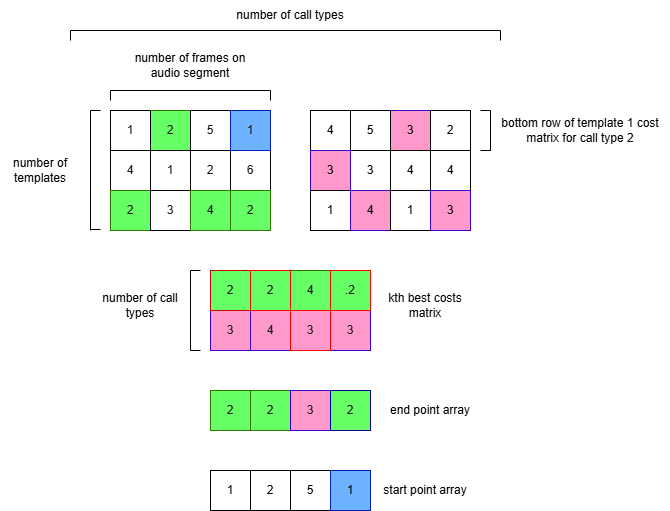
The draw.io diagram Report/figures/syst_design/kth_cost.png in koekiekat/Skripsie, before a commit. Source tidied: cells renumbered, new cells last; positions are measured from the earlier drawing's top-left corner, leaving out a move shared by most shapes.
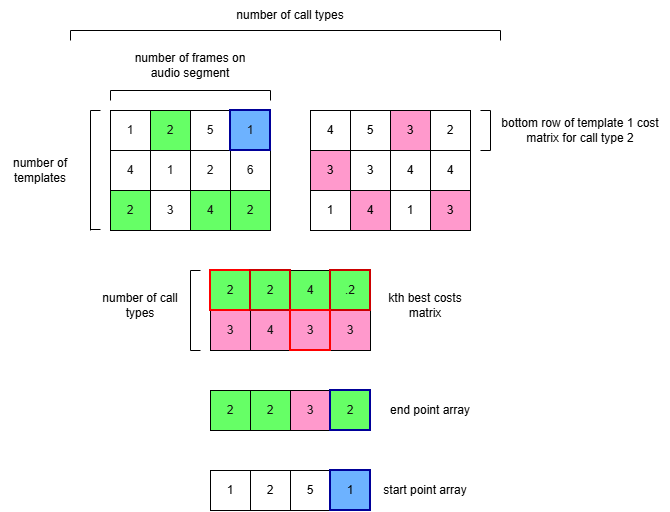
After the change.

Change to the diagram source:
```diff
@@ -2,70 +2,70 @@
   <root>
     <mxCell id="0" />
     <mxCell id="1" parent="0" />
-    <mxCell id="2" value="2" style="rounded=0;whiteSpace=wrap;html=1;fillColor=light-dark(#66FF66,#66FF66);fontColor=light-dark(#121212,#121212);strokeColor=#2D7600;gradientColor=none;" parent="1" vertex="1">
+    <mxCell id="2" value="2" style="rounded=0;whiteSpace=wrap;html=1;fillColor=light-dark(#66FF66,#66FF66);fontColor=light-dark(#121212,#121212);strokeColor=light-dark(#000000,#D5E8D4);gradientColor=none;" parent="1" vertex="1">
       <mxGeometry x="150" y="110" width="40" height="40" as="geometry" />
     </mxCell>
-    <mxCell id="3" value="5" style="rounded=0;whiteSpace=wrap;html=1;fontColor=light-dark(#121212,#D5E8D4);" parent="1" vertex="1">
+    <mxCell id="3" value="5" style="rounded=0;whiteSpace=wrap;html=1;fontColor=light-dark(#121212,#D5E8D4);strokeColor=light-dark(#000000,#D5E8D4);" parent="1" vertex="1">
       <mxGeometry x="190" y="110" width="40" height="40" as="geometry" />
     </mxCell>
-    <mxCell id="4" value="4" style="rounded=0;whiteSpace=wrap;html=1;fontColor=light-dark(#121212,#D5E8D4);" parent="1" vertex="1">
+    <mxCell id="4" value="4" style="rounded=0;whiteSpace=wrap;html=1;fontColor=light-dark(#121212,#D5E8D4);strokeColor=light-dark(#000000,#D5E8D4);" parent="1" vertex="1">
       <mxGeometry x="110" y="150" width="40" height="40" as="geometry" />
     </mxCell>
-    <mxCell id="5" value="1" style="rounded=0;whiteSpace=wrap;html=1;fontColor=light-dark(#121212,#D5E8D4);" parent="1" vertex="1">
+    <mxCell id="5" value="1" style="rounded=0;whiteSpace=wrap;html=1;fontColor=light-dark(#121212,#D5E8D4);strokeColor=light-dark(#000000,#D5E8D4);" parent="1" vertex="1">
       <mxGeometry x="150" y="150" width="40" height="40" as="geometry" />
     </mxCell>
-    <mxCell id="6" value="2" style="rounded=0;whiteSpace=wrap;html=1;direction=south;fontColor=light-dark(#121212,#D5E8D4);" parent="1" vertex="1">
+    <mxCell id="6" value="2" style="rounded=0;whiteSpace=wrap;html=1;direction=south;fontColor=light-dark(#121212,#D5E8D4);strokeColor=light-dark(#000000,#D5E8D4);" parent="1" vertex="1">
       <mxGeometry x="190" y="150" width="40" height="40" as="geometry" />
     </mxCell>
-    <mxCell id="7" value="6" style="rounded=0;whiteSpace=wrap;html=1;fontColor=light-dark(#121212,#D5E8D4);" parent="1" vertex="1">
+    <mxCell id="7" value="6" style="rounded=0;whiteSpace=wrap;html=1;fontColor=light-dark(#121212,#D5E8D4);strokeColor=light-dark(#000000,#D5E8D4);" parent="1" vertex="1">
       <mxGeometry x="230" y="150" width="40" height="40" as="geometry" />
     </mxCell>
-    <mxCell id="8" value="4" style="rounded=0;whiteSpace=wrap;html=1;fontColor=light-dark(#000000,#D5E8D4);" parent="1" vertex="1">
+    <mxCell id="8" value="4" style="rounded=0;whiteSpace=wrap;html=1;fontColor=light-dark(#000000,#D5E8D4);strokeColor=light-dark(#000000,#FFFFFF);" parent="1" vertex="1">
       <mxGeometry x="430" y="150" width="40" height="40" as="geometry" />
     </mxCell>
-    <mxCell id="9" value="3" style="rounded=0;whiteSpace=wrap;html=1;fillColor=light-dark(#FF99CC,#FF99CC);fontColor=light-dark(#000000,#000000);strokeColor=#3700CC;" parent="1" vertex="1">
+    <mxCell id="9" value="3" style="rounded=0;whiteSpace=wrap;html=1;fillColor=light-dark(#FF99CC,#FF99CC);fontColor=light-dark(#000000,#000000);strokeColor=light-dark(#000000,#FFFFFF);" parent="1" vertex="1">
       <mxGeometry x="390" y="110" width="40" height="40" as="geometry" />
     </mxCell>
-    <mxCell id="10" value="3" style="rounded=0;whiteSpace=wrap;html=1;fontColor=light-dark(#000000,#D5E8D4);" parent="1" vertex="1">
+    <mxCell id="10" value="3" style="rounded=0;whiteSpace=wrap;html=1;fontColor=light-dark(#000000,#D5E8D4);strokeColor=light-dark(#000000,#FFFFFF);" parent="1" vertex="1">
       <mxGeometry x="350" y="150" width="40" height="40" as="geometry" />
     </mxCell>
-    <mxCell id="11" value="4" style="rounded=0;whiteSpace=wrap;html=1;fontColor=light-dark(#000000,#D5E8D4);" parent="1" vertex="1">
+    <mxCell id="11" value="4" style="rounded=0;whiteSpace=wrap;html=1;fontColor=light-dark(#000000,#D5E8D4);strokeColor=light-dark(#000000,#FFFFFF);" parent="1" vertex="1">
       <mxGeometry x="310" y="110" width="40" height="40" as="geometry" />
     </mxCell>
-    <mxCell id="12" value="2" style="rounded=0;whiteSpace=wrap;html=1;fontColor=light-dark(#000000,#D5E8D4);" parent="1" vertex="1">
+    <mxCell id="12" value="2" style="rounded=0;whiteSpace=wrap;html=1;fontColor=light-dark(#000000,#D5E8D4);strokeColor=light-dark(#000000,#FFFFFF);" parent="1" vertex="1">
       <mxGeometry x="430" y="110" width="40" height="40" as="geometry" />
     </mxCell>
-    <mxCell id="13" value="4" style="rounded=0;whiteSpace=wrap;html=1;fontColor=light-dark(#000000,#D5E8D4);" parent="1" vertex="1">
+    <mxCell id="13" value="4" style="rounded=0;whiteSpace=wrap;html=1;fontColor=light-dark(#000000,#D5E8D4);strokeColor=light-dark(#000000,#FFFFFF);" parent="1" vertex="1">
       <mxGeometry x="390" y="150" width="40" height="40" as="geometry" />
     </mxCell>
-    <mxCell id="14" value="5" style="rounded=0;whiteSpace=wrap;html=1;fontColor=light-dark(#000000,#D5E8D4);" parent="1" vertex="1">
+    <mxCell id="14" value="5" style="rounded=0;whiteSpace=wrap;html=1;fontColor=light-dark(#000000,#D5E8D4);strokeColor=light-dark(#000000,#FFFFFF);" parent="1" vertex="1">
       <mxGeometry x="350" y="110" width="40" height="40" as="geometry" />
     </mxCell>
-    <mxCell id="15" value="3" style="rounded=0;whiteSpace=wrap;html=1;fillColor=light-dark(#FF99CC,#FF99CC);fontColor=light-dark(#000000,#000000);strokeColor=#3700CC;" parent="1" vertex="1">
+    <mxCell id="15" value="3" style="rounded=0;whiteSpace=wrap;html=1;fillColor=light-dark(#FF99CC,#FF99CC);fontColor=light-dark(#000000,#000000);strokeColor=light-dark(#000000,#FFFFFF);" parent="1" vertex="1">
       <mxGeometry x="310" y="150" width="40" height="40" as="geometry" />
     </mxCell>
-    <mxCell id="16" value="2" style="rounded=0;whiteSpace=wrap;html=1;fillColor=light-dark(#66FF66,#66FF66);fontColor=light-dark(#121212,#121212);strokeColor=#2D7600;" parent="1" vertex="1">
+    <mxCell id="16" value="2" style="rounded=0;whiteSpace=wrap;html=1;fillColor=light-dark(#66FF66,#66FF66);fontColor=light-dark(#121212,#121212);strokeColor=light-dark(#000000,#D5E8D4);" parent="1" vertex="1">
       <mxGeometry x="110" y="190" width="40" height="40" as="geometry" />
     </mxCell>
-    <mxCell id="17" value="1" style="rounded=0;whiteSpace=wrap;html=1;fontColor=light-dark(#000000,#D5E8D4);" parent="1" vertex="1">
+    <mxCell id="17" value="1" style="rounded=0;whiteSpace=wrap;html=1;fontColor=light-dark(#000000,#D5E8D4);strokeColor=light-dark(#000000,#FFFFFF);" parent="1" vertex="1">
       <mxGeometry x="310" y="190" width="40" height="40" as="geometry" />
     </mxCell>
-    <mxCell id="18" value="3" style="rounded=0;whiteSpace=wrap;html=1;fontColor=light-dark(#121212,#D5E8D4);" parent="1" vertex="1">
+    <mxCell id="18" value="3" style="rounded=0;whiteSpace=wrap;html=1;fontColor=light-dark(#121212,#D5E8D4);strokeColor=light-dark(#000000,#D5E8D4);" parent="1" vertex="1">
       <mxGeometry x="150" y="190" width="40" height="40" as="geometry" />
     </mxCell>
-    <mxCell id="19" value="4" style="rounded=0;whiteSpace=wrap;html=1;fillColor=light-dark(#FF99CC,#FF99CC);fontColor=light-dark(#000000,#000000);strokeColor=#3700CC;" parent="1" vertex="1">
+    <mxCell id="19" value="4" style="rounded=0;whiteSpace=wrap;html=1;fillColor=light-dark(#FF99CC,#FF99CC);fontColor=light-dark(#000000,#000000);strokeColor=light-dark(#000000,#FFFFFF);" parent="1" vertex="1">
       <mxGeometry x="350" y="190" width="40" height="40" as="geometry" />
     </mxCell>
-    <mxCell id="20" value="4" style="rounded=0;whiteSpace=wrap;html=1;fillColor=light-dark(#66FF66,#66FF66);fontColor=light-dark(#121212,#121212);strokeColor=#2D7600;" parent="1" vertex="1">
+    <mxCell id="20" value="4" style="rounded=0;whiteSpace=wrap;html=1;fillColor=light-dark(#66FF66,#66FF66);fontColor=light-dark(#121212,#121212);strokeColor=light-dark(#000000,#D5E8D4);" parent="1" vertex="1">
       <mxGeometry x="190" y="190" width="40" height="40" as="geometry" />
     </mxCell>
-    <mxCell id="21" value="1" style="rounded=0;whiteSpace=wrap;html=1;fontColor=light-dark(#000000,#D5E8D4);" parent="1" vertex="1">
+    <mxCell id="21" value="1" style="rounded=0;whiteSpace=wrap;html=1;fontColor=light-dark(#000000,#D5E8D4);strokeColor=light-dark(#000000,#FFFFFF);" parent="1" vertex="1">
       <mxGeometry x="390" y="190" width="40" height="40" as="geometry" />
     </mxCell>
-    <mxCell id="22" value="2" style="rounded=0;whiteSpace=wrap;html=1;fillColor=light-dark(#66FF66,#66FF66);fontColor=light-dark(#121212,#121212);strokeColor=#2D7600;" parent="1" vertex="1">
+    <mxCell id="22" value="2" style="rounded=0;whiteSpace=wrap;html=1;fillColor=light-dark(#66FF66,#66FF66);fontColor=light-dark(#121212,#121212);strokeColor=light-dark(#000000,#D5E8D4);" parent="1" vertex="1">
       <mxGeometry x="230" y="190" width="40" height="40" as="geometry" />
     </mxCell>
-    <mxCell id="23" value="3" style="rounded=0;whiteSpace=wrap;html=1;fillColor=light-dark(#FF99CC,#FF99CC);fontColor=light-dark(#000000,#000000);strokeColor=#3700CC;" parent="1" vertex="1">
+    <mxCell id="23" value="3" style="rounded=0;whiteSpace=wrap;html=1;fillColor=light-dark(#FF99CC,#FF99CC);fontColor=light-dark(#000000,#000000);strokeColor=light-dark(#000000,#FFFFFF);" parent="1" vertex="1">
       <mxGeometry x="430" y="190" width="40" height="40" as="geometry" />
     </mxCell>
     <mxCell id="24" style="endArrow=none;html=1;rounded=0;fontSize=12;startSize=8;endSize=8;curved=1;fontColor=light-dark(#121212,#121212);" parent="1" edge="1">
@@ -110,58 +110,58 @@
     <mxCell id="31" value="number of frames on audio segment" style="text;html=1;whiteSpace=wrap;strokeColor=none;fillColor=none;align=center;verticalAlign=middle;rounded=0;" parent="1" vertex="1">
       <mxGeometry x="130" y="50" width="120" height="30" as="geometry" />
     </mxCell>
-    <mxCell id="32" value="3" style="rounded=0;whiteSpace=wrap;html=1;fillColor=light-dark(#FF99CC,#FF99CC);fontColor=light-dark(#121212,#121212);strokeColor=#3700CC;" parent="1" vertex="1">
+    <mxCell id="32" value="3" style="rounded=0;whiteSpace=wrap;html=1;fillColor=light-dark(#FF99CC,#FF99CC);fontColor=light-dark(#121212,#121212);strokeColor=light-dark(#000000,#FFFFFF);" parent="1" vertex="1">
       <mxGeometry x="210" y="310" width="40" height="40" as="geometry" />
     </mxCell>
-    <mxCell id="33" value="4" style="rounded=0;whiteSpace=wrap;html=1;fillColor=light-dark(#FF99CC,#FF99CC);fontColor=light-dark(#121212,#121212);strokeColor=#3700CC;" parent="1" vertex="1">
+    <mxCell id="33" value="4" style="rounded=0;whiteSpace=wrap;html=1;fillColor=light-dark(#FF99CC,#FF99CC);fontColor=light-dark(#121212,#121212);strokeColor=light-dark(#000000,#FFFFFF);" parent="1" vertex="1">
       <mxGeometry x="250" y="310" width="40" height="40" as="geometry" />
     </mxCell>
-    <mxCell id="34" value="3" style="rounded=0;whiteSpace=wrap;html=1;fillColor=light-dark(#FF99CC,#FF99CC);fontColor=light-dark(#121212,#121212);strokeColor=#3700CC;" parent="1" vertex="1">
+    <mxCell id="34" value="3" style="rounded=0;whiteSpace=wrap;html=1;fillColor=light-dark(#FF99CC,#FF99CC);fontColor=light-dark(#121212,#121212);strokeColor=light-dark(#000000,#FFFFFF);" parent="1" vertex="1">
       <mxGeometry x="330" y="310" width="40" height="40" as="geometry" />
     </mxCell>
-    <mxCell id="35" value="4" style="rounded=0;whiteSpace=wrap;html=1;fillColor=light-dark(#66FF66,#66FF66);fontColor=light-dark(#121212,#121212);strokeColor=#2D7600;" parent="1" vertex="1">
+    <mxCell id="35" value="4" style="rounded=0;whiteSpace=wrap;html=1;fillColor=light-dark(#66FF66,#66FF66);fontColor=light-dark(#121212,#121212);strokeColor=light-dark(#000000,#FFFFFF);" parent="1" vertex="1">
       <mxGeometry x="290" y="270" width="40" height="40" as="geometry" />
     </mxCell>
-    <mxCell id="36" value="2" style="rounded=0;whiteSpace=wrap;html=1;fillColor=light-dark(#66FF66,#66FF66);fontColor=light-dark(#121212,#121212);strokeColor=light-dark(#CC0000,#CC0000);" parent="1" vertex="1">
+    <mxCell id="36" value="2" style="rounded=0;whiteSpace=wrap;html=1;fillColor=light-dark(#66FF66,#66FF66);fontColor=light-dark(#121212,#121212);strokeColor=light-dark(#FF0000,#FF0000);strokeWidth=2;" parent="1" vertex="1">
       <mxGeometry x="210" y="270" width="40" height="40" as="geometry" />
     </mxCell>
-    <mxCell id="37" value="2" style="rounded=0;whiteSpace=wrap;html=1;fillColor=light-dark(#66FF66,#66FF66);fontColor=light-dark(#121212,#121212);strokeColor=light-dark(#FF0000,#FF0000);" parent="1" vertex="1">
+    <mxCell id="37" value="2" style="rounded=0;whiteSpace=wrap;html=1;fillColor=light-dark(#66FF66,#66FF66);fontColor=light-dark(#121212,#121212);strokeColor=light-dark(#CC0000,#CC0000);strokeWidth=2;" parent="1" vertex="1">
       <mxGeometry x="250" y="270" width="40" height="40" as="geometry" />
     </mxCell>
-    <mxCell id="38" value=".2" style="rounded=0;whiteSpace=wrap;html=1;fillColor=light-dark(#66FF66,#66FF66);fontColor=light-dark(#121212,#121212);strokeColor=light-dark(#FF0000,#FF0000);" parent="1" vertex="1">
+    <mxCell id="38" value=".2" style="rounded=0;whiteSpace=wrap;html=1;fillColor=light-dark(#66FF66,#66FF66);fontColor=light-dark(#121212,#121212);strokeColor=light-dark(#CC0000,#CC0000);strokeWidth=2;" parent="1" vertex="1">
       <mxGeometry x="330" y="270" width="40" height="40" as="geometry" />
     </mxCell>
-    <mxCell id="39" value="3" style="rounded=0;whiteSpace=wrap;html=1;fillColor=light-dark(#FF99CC,#FF99CC);fontColor=light-dark(#121212,#121212);strokeColor=light-dark(#FF0000,#FF0000);fillStyle=auto;" parent="1" vertex="1">
+    <mxCell id="39" value="3" style="rounded=0;whiteSpace=wrap;html=1;fillColor=light-dark(#FF99CC,#FF99CC);fontColor=light-dark(#121212,#121212);strokeColor=light-dark(#FF0000,#FF0000);fillStyle=auto;strokeWidth=2;" parent="1" vertex="1">
       <mxGeometry x="290" y="310" width="40" height="40" as="geometry" />
     </mxCell>
-    <mxCell id="40" value="2" style="rounded=0;whiteSpace=wrap;html=1;strokeColor=#2D7600;fillColor=light-dark(#66FF66,#66FF66);fontColor=light-dark(#121212,#121212);" parent="1" vertex="1">
+    <mxCell id="40" value="2" style="rounded=0;whiteSpace=wrap;html=1;strokeColor=light-dark(#000000,#FFFFFF);fillColor=light-dark(#66FF66,#66FF66);fontColor=light-dark(#121212,#121212);" parent="1" vertex="1">
       <mxGeometry x="250" y="390" width="40" height="40" as="geometry" />
     </mxCell>
-    <mxCell id="41" value="3" style="rounded=0;whiteSpace=wrap;html=1;strokeColor=#3700CC;fillColor=light-dark(#FF99CC,#FF99CC);fontColor=light-dark(#121212,#121212);" parent="1" vertex="1">
+    <mxCell id="41" value="3" style="rounded=0;whiteSpace=wrap;html=1;strokeColor=light-dark(#000000,#FFFFFF);fillColor=light-dark(#FF99CC,#FF99CC);fontColor=light-dark(#121212,#121212);" parent="1" vertex="1">
       <mxGeometry x="290" y="390" width="40" height="40" as="geometry" />
     </mxCell>
-    <mxCell id="42" value="2" style="rounded=0;whiteSpace=wrap;html=1;strokeColor=#2D7600;fillColor=light-dark(#66FF66,#66FF66);fontColor=light-dark(#121212,#121212);" parent="1" vertex="1">
+    <mxCell id="42" value="2" style="rounded=0;whiteSpace=wrap;html=1;strokeColor=light-dark(#000000,#FFFFFF);fillColor=light-dark(#66FF66,#66FF66);fontColor=light-dark(#121212,#121212);" parent="1" vertex="1">
       <mxGeometry x="210" y="390" width="40" height="40" as="geometry" />
     </mxCell>
-    <mxCell id="43" value="1" style="rounded=0;whiteSpace=wrap;html=1;fontColor=light-dark(#121212,#D5E8D4);" parent="1" vertex="1">
+    <mxCell id="43" value="1" style="rounded=0;whiteSpace=wrap;html=1;fontColor=light-dark(#121212,#D5E8D4);strokeColor=light-dark(#000000,#D5E8D4);" parent="1" vertex="1">
       <mxGeometry x="110" y="110" width="40" height="40" as="geometry" />
     </mxCell>
-    <mxCell id="44" value="2" style="rounded=0;whiteSpace=wrap;html=1;" parent="1" vertex="1">
+    <mxCell id="44" value="2" style="rounded=0;whiteSpace=wrap;html=1;strokeColor=light-dark(#000000,#E6D0DE);" parent="1" vertex="1">
       <mxGeometry x="250" y="470" width="40" height="40" as="geometry" />
     </mxCell>
-    <mxCell id="45" value="5" style="rounded=0;whiteSpace=wrap;html=1;" parent="1" vertex="1">
+    <mxCell id="45" value="5" style="rounded=0;whiteSpace=wrap;html=1;strokeColor=light-dark(#000000,#E6D0DE);" parent="1" vertex="1">
       <mxGeometry x="290" y="470" width="40" height="40" as="geometry" />
     </mxCell>
-    <mxCell id="46" value="1" style="rounded=0;whiteSpace=wrap;html=1;fillColor=light-dark(#6DB2FF,#6DB2FF);fontColor=light-dark(#000000,#000000);strokeColor=light-dark(#001DBC,#000099);" parent="1" vertex="1">
+    <mxCell id="46" value="1" style="rounded=0;whiteSpace=wrap;html=1;fillColor=light-dark(#6DB2FF,#6DB2FF);fontColor=light-dark(#000000,#000000);strokeColor=light-dark(#000099,#000099);strokeWidth=2;" parent="1" vertex="1">
       <mxGeometry x="330" y="470" width="40" height="40" as="geometry" />
     </mxCell>
-    <mxCell id="47" value="1" style="rounded=0;whiteSpace=wrap;html=1;" parent="1" vertex="1">
+    <mxCell id="47" value="1" style="rounded=0;whiteSpace=wrap;html=1;strokeColor=light-dark(#000000,#E6D0DE);" parent="1" vertex="1">
       <mxGeometry x="210" y="470" width="40" height="40" as="geometry" />
     </mxCell>
-    <mxCell id="48" value="2" style="rounded=0;whiteSpace=wrap;html=1;strokeColor=light-dark(#000099,#000099);fillColor=light-dark(#66FF66,#66FF66);fontColor=light-dark(#121212,#121212);" parent="1" vertex="1">
+    <mxCell id="48" value="2" style="rounded=0;whiteSpace=wrap;html=1;strokeColor=light-dark(#000099,#000099);fillColor=light-dark(#66FF66,#66FF66);fontColor=light-dark(#121212,#121212);strokeWidth=2;" parent="1" vertex="1">
       <mxGeometry x="330" y="390" width="40" height="40" as="geometry" />
     </mxCell>
-    <mxCell id="49" value="1" style="rounded=0;whiteSpace=wrap;html=1;fillColor=light-dark(#6DB2FF,#6DB2FF);fontColor=light-dark(#121212,#121212);strokeColor=light-dark(#001DBC,#000099);" parent="1" vertex="1">
+    <mxCell id="49" value="1" style="rounded=0;whiteSpace=wrap;html=1;fillColor=light-dark(#6DB2FF,#6DB2FF);fontColor=light-dark(#121212,#121212);strokeColor=light-dark(#000099,#000099);strokeWidth=2;" parent="1" vertex="1">
       <mxGeometry x="230" y="110" width="40" height="40" as="geometry" />
     </mxCell>
     <mxCell id="50" style="endArrow=none;html=1;rounded=0;" parent="1" edge="1">
```
